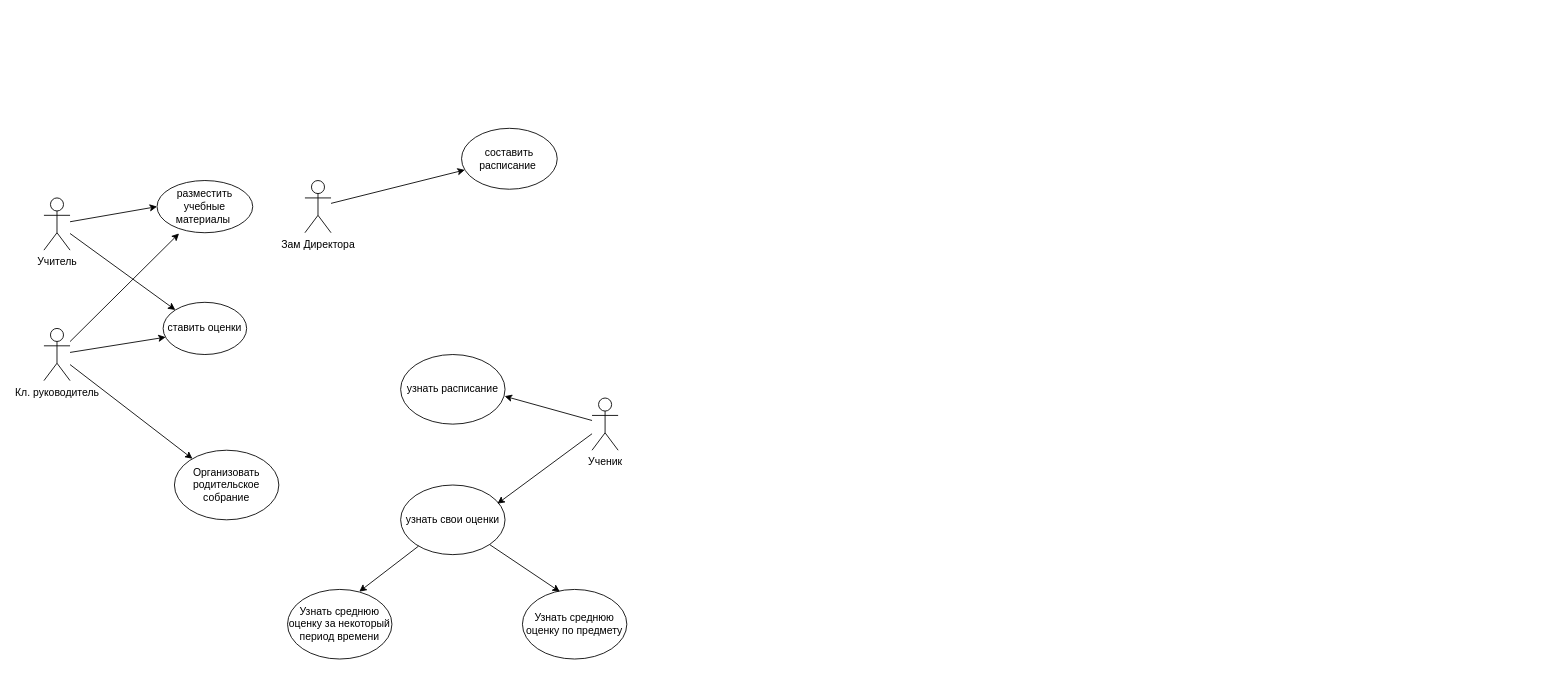
Earlier version of the draw.io diagram Диаграмма без названия.drawio (KhamchievAli06/dem-). Source tidied: cells renumbered, new cells numbered last; positions are measured from the earlier drawing's top-left corner, leaving out a move shared by most shapes. Both pictures are drawn from the tidied source at 87%, with x=0, y=0 at pixel (44, 128).
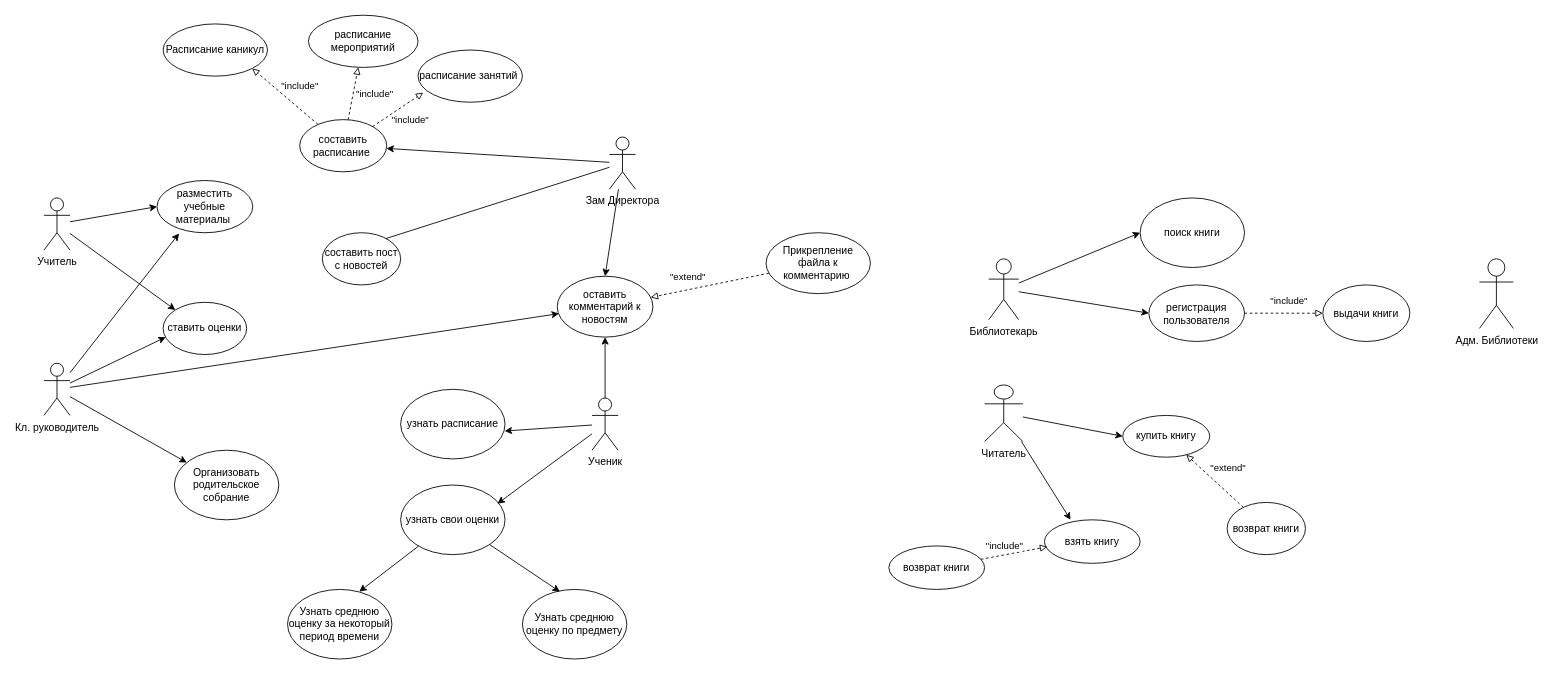
After the change.

Unchanged cells that the change refers to:
```xml
<mxCell id="8" value="Ученик" style="shape=umlActor;verticalLabelPosition=bottom;verticalAlign=top;html=1;outlineConnect=0;" parent="1" vertex="1">
  <mxGeometry x="630" y="310" width="30" height="60" as="geometry" />
</mxCell>
```

The edit, as a diff of the source:
```diff
@@
     <mxCell id="7" value="Кл. руководитель" style="shape=umlActor;verticalLabelPosition=bottom;verticalAlign=top;html=1;outlineConnect=0;" parent="1" vertex="1">
-      <mxGeometry y="230" width="30" height="60" as="geometry" />
+      <mxGeometry y="270" width="30" height="60" as="geometry" />
     </mxCell>
@@
     <mxCell id="9" value="узнать расписание" style="ellipse;whiteSpace=wrap;html=1;" parent="1" vertex="1">
-      <mxGeometry x="410" y="260" width="120" height="80" as="geometry" />
+      <mxGeometry x="410" y="300" width="120" height="80" as="geometry" />
     </mxCell>
@@
+    <mxCell id="24" style="edgeStyle=none;rounded=0;jettySize=auto;html=1;entryX=0;entryY=0.5;entryDx=0;entryDy=0;" parent="1" edge="1" source="14" target="32">
+      <mxGeometry relative="1" as="geometry" />
+    </mxCell>
+    <mxCell id="25" style="edgeStyle=none;rounded=0;jettySize=auto;html=1;entryX=0.5;entryY=0;entryDx=0;entryDy=0;" parent="1" edge="1" source="14" target="34">
+      <mxGeometry relative="1" as="geometry" />
+    </mxCell>
     <mxCell id="14" value="Зам Директора" style="shape=umlActor;verticalLabelPosition=bottom;verticalAlign=top;html=1;outlineConnect=0;" parent="1" vertex="1">
-      <mxGeometry x="300" y="60" width="30" height="60" as="geometry" />
+      <mxGeometry x="650" y="10" width="30" height="60" as="geometry" />
     </mxCell>
+    <mxCell id="26" style="edgeStyle=none;rounded=0;jettySize=auto;html=1;dashed=1;endArrow=block;endFill=0;" parent="1" edge="1" source="15" target="38">
+      <mxGeometry relative="1" as="geometry" />
+    </mxCell>
+    <mxCell id="27" style="edgeLabel;html=1;align=center;verticalAlign=middle;" parent="26" vertex="1">
+      <mxGeometry x="0.11" y="-1" relative="1" as="geometry" />
+    </mxCell>
+    <mxCell id="28" style="edgeLabel;html=1;align=center;verticalAlign=middle;" parent="26" vertex="1">
+      <mxGeometry x="-0.04" y="-4" relative="1" as="geometry" />
+    </mxCell>
+    <mxCell id="29" value="&quot;include&quot;" style="edgeLabel;html=1;align=center;verticalAlign=middle;" parent="26" vertex="1">
+      <mxGeometry x="-0.45" y="-2" relative="1" as="geometry">
+        <mxPoint x="25" y="-14" as="offset" />
+      </mxGeometry>
+    </mxCell>
+    <mxCell id="30" style="edgeStyle=none;rounded=0;jettySize=auto;html=1;entryX=1;entryY=1;entryDx=0;entryDy=0;dashed=1;endArrow=block;endFill=0;" parent="1" edge="1" source="15" target="41">
+      <mxGeometry relative="1" as="geometry" />
+    </mxCell>
+    <mxCell id="31" value="&quot;include&quot;" style="edgeLabel;html=1;align=center;verticalAlign=middle;" parent="30" vertex="1">
+      <mxGeometry y="-4" relative="1" as="geometry">
+        <mxPoint x="14" y="-10" as="offset" />
+      </mxGeometry>
+    </mxCell>
     <mxCell id="15" value="составить расписание&amp;nbsp;" style="ellipse;whiteSpace=wrap;html=1;" parent="1" vertex="1">
-      <mxGeometry x="480" width="110" height="70" as="geometry" />
+      <mxGeometry x="294" y="-10" width="100" height="60" as="geometry" />
     </mxCell>
@@
+    <mxCell id="32" value="составить пост с новостей" style="ellipse;whiteSpace=wrap;html=1;" parent="1" vertex="1">
+      <mxGeometry x="320" y="120" width="90" height="60" as="geometry" />
+    </mxCell>
+    <mxCell id="33" style="edgeStyle=none;rounded=0;jettySize=auto;html=1;" parent="1" edge="1" source="34">
+      <mxGeometry relative="1" as="geometry">
+        <mxPoint x="655" y="205" as="targetPoint" />
+      </mxGeometry>
+    </mxCell>
+    <mxCell id="34" value="оставить комментарий к новостям" style="ellipse;whiteSpace=wrap;html=1;" parent="1" vertex="1">
+      <mxGeometry x="590" y="170" width="110" height="70" as="geometry" />
+    </mxCell>
+    <mxCell id="35" style="edgeStyle=none;rounded=0;jettySize=auto;html=1;entryX=0.5;entryY=1;entryDx=0;entryDy=0;" parent="1" edge="1" source="8" target="34">
+      <mxGeometry relative="1" as="geometry" />
+    </mxCell>
+    <mxCell id="36" style="edgeStyle=none;rounded=0;jettySize=auto;html=1;entryX=0.018;entryY=0.614;entryDx=0;entryDy=0;entryPerimeter=0;" parent="1" edge="1" source="7" target="34">
+      <mxGeometry relative="1" as="geometry" />
+    </mxCell>
+    <mxCell id="37" value="расписание занятий&amp;nbsp;" style="ellipse;whiteSpace=wrap;html=1;" parent="1" vertex="1">
+      <mxGeometry x="430" y="-90" width="120" height="60" as="geometry" />
+    </mxCell>
+    <mxCell id="38" value="расписание мероприятий" style="ellipse;whiteSpace=wrap;html=1;" parent="1" vertex="1">
+      <mxGeometry x="304" y="-130" width="126" height="60" as="geometry" />
+    </mxCell>
+    <mxCell id="39" style="edgeStyle=none;rounded=0;jettySize=auto;html=1;entryX=0.05;entryY=0.817;entryDx=0;entryDy=0;entryPerimeter=0;dashed=1;endArrow=block;endFill=0;" parent="1" edge="1" source="15" target="37">
+      <mxGeometry relative="1" as="geometry" />
+    </mxCell>
+    <mxCell id="40" value="&quot;include&quot;" style="edgeLabel;html=1;align=center;verticalAlign=middle;" parent="39" vertex="1">
+      <mxGeometry x="0.16" y="-1" relative="1" as="geometry">
+        <mxPoint x="8" y="14" as="offset" />
+      </mxGeometry>
+    </mxCell>
+    <mxCell id="41" value="Расписание каникул" style="ellipse;whiteSpace=wrap;html=1;" parent="1" vertex="1">
+      <mxGeometry x="137" y="-120" width="120" height="60" as="geometry" />
+    </mxCell>
+    <mxCell id="42" style="edgeStyle=none;rounded=0;jettySize=auto;html=1;dashed=1;endArrow=block;endFill=0;" parent="1" edge="1" source="44" target="34">
+      <mxGeometry relative="1" as="geometry" />
+    </mxCell>
+    <mxCell id="43" value="&quot;extend&quot;" style="edgeLabel;html=1;align=center;verticalAlign=middle;" parent="42" vertex="1">
+      <mxGeometry x="-0.02" relative="1" as="geometry">
+        <mxPoint x="-27" y="-10" as="offset" />
+      </mxGeometry>
+    </mxCell>
+    <mxCell id="44" value="Прикрепление файла к комментарию&amp;nbsp;" style="ellipse;whiteSpace=wrap;html=1;" parent="1" vertex="1">
+      <mxGeometry x="830" y="120" width="120" height="70" as="geometry" />
+    </mxCell>
+    <mxCell id="45" style="edgeStyle=none;rounded=0;jettySize=auto;html=1;entryX=0;entryY=0.5;entryDx=0;entryDy=0;" parent="1" edge="1" source="46" target="57">
+      <mxGeometry relative="1" as="geometry" />
+    </mxCell>
+    <mxCell id="46" value="Читатель" style="shape=umlActor;verticalLabelPosition=bottom;verticalAlign=top;html=1;outlineConnect=0;" parent="1" vertex="1">
+      <mxGeometry x="1081.2" y="295" width="44" height="65" as="geometry" />
+    </mxCell>
+    <mxCell id="47" style="edgeStyle=none;rounded=0;jettySize=auto;html=1;entryX=0;entryY=0.5;entryDx=0;entryDy=0;" parent="1" edge="1" source="49" target="50">
+      <mxGeometry relative="1" as="geometry" />
+    </mxCell>
+    <mxCell id="48" style="edgeStyle=none;rounded=0;jettySize=auto;html=1;entryX=0;entryY=0.5;entryDx=0;entryDy=0;" parent="1" edge="1" source="49" target="56">
+      <mxGeometry relative="1" as="geometry" />
+    </mxCell>
+    <mxCell id="49" value="Библиотекарь" style="shape=umlActor;verticalLabelPosition=bottom;verticalAlign=top;html=1;outlineConnect=0;" parent="1" vertex="1">
+      <mxGeometry x="1086" y="150" width="34.5" height="70" as="geometry" />
+    </mxCell>
+    <mxCell id="50" value="поиск книги" style="ellipse;whiteSpace=wrap;html=1;" parent="1" vertex="1">
+      <mxGeometry x="1260" y="80" width="120" height="80" as="geometry" />
+    </mxCell>
+    <mxCell id="51" style="edgeStyle=none;rounded=0;jettySize=auto;html=1;dashed=1;endArrow=block;endFill=0;" parent="1" edge="1" source="53" target="57">
+      <mxGeometry relative="1" as="geometry" />
+    </mxCell>
+    <mxCell id="52" value="&quot;extend&quot;" style="edgeLabel;html=1;align=center;verticalAlign=middle;" parent="51" vertex="1">
+      <mxGeometry x="0.08" y="1" relative="1" as="geometry">
+        <mxPoint x="18" y="-14" as="offset" />
+      </mxGeometry>
+    </mxCell>
+    <mxCell id="53" value="возврат книги" style="ellipse;whiteSpace=wrap;html=1;" parent="1" vertex="1">
+      <mxGeometry x="1360" y="430" width="90" height="60" as="geometry" />
+    </mxCell>
+    <mxCell id="54" style="edgeStyle=none;rounded=0;jettySize=auto;html=1;dashed=1;endArrow=block;endFill=0;" parent="1" edge="1" source="56" target="59">
+      <mxGeometry relative="1" as="geometry" />
+    </mxCell>
+    <mxCell id="55" value="&quot;include&quot;" style="edgeLabel;html=1;align=center;verticalAlign=middle;" parent="54" vertex="1">
+      <mxGeometry x="0.12" relative="1" as="geometry">
+        <mxPoint y="-15" as="offset" />
+      </mxGeometry>
+    </mxCell>
+    <mxCell id="56" value="регистрация пользователя" style="ellipse;whiteSpace=wrap;html=1;" parent="1" vertex="1">
+      <mxGeometry x="1270" y="180" width="110" height="65" as="geometry" />
+    </mxCell>
+    <mxCell id="57" value="купить книгу" style="ellipse;whiteSpace=wrap;html=1;" parent="1" vertex="1">
+      <mxGeometry x="1240" y="330" width="100" height="48" as="geometry" />
+    </mxCell>
+    <mxCell id="58" value="Адм. Библиотеки" style="shape=umlActor;verticalLabelPosition=bottom;verticalAlign=top;html=1;" parent="1" vertex="1">
+      <mxGeometry x="1650" y="150" width="39" height="80" as="geometry" />
+    </mxCell>
+    <mxCell id="59" value="выдачи книги" style="ellipse;whiteSpace=wrap;html=1;" parent="1" vertex="1">
+      <mxGeometry x="1470" y="180" width="100" height="65" as="geometry" />
+    </mxCell>
+    <mxCell id="60" value="взять книгу" style="ellipse;whiteSpace=wrap;html=1;" parent="1" vertex="1">
+      <mxGeometry x="1150" y="450" width="110" height="50" as="geometry" />
+    </mxCell>
+    <mxCell id="61" style="edgeStyle=none;rounded=0;jettySize=auto;html=1;entryX=0.273;entryY=0;entryDx=0;entryDy=0;entryPerimeter=0;" parent="1" edge="1" source="46" target="60">
+      <mxGeometry relative="1" as="geometry" />
+    </mxCell>
+    <mxCell id="62" value="возврат книги" style="ellipse;whiteSpace=wrap;html=1;" parent="1" vertex="1">
+      <mxGeometry x="971.2" y="480" width="110" height="50" as="geometry" />
+    </mxCell>
+    <mxCell id="63" style="edgeStyle=none;rounded=0;jettySize=auto;html=1;entryX=0.03;entryY=0.62;entryDx=0;entryDy=0;entryPerimeter=0;dashed=1;endArrow=block;endFill=0;" parent="1" edge="1" source="62" target="60">
+      <mxGeometry relative="1" as="geometry" />
+    </mxCell>
+    <mxCell id="64" value="&quot;include&quot;" style="edgeLabel;html=1;align=center;verticalAlign=middle;" parent="63" vertex="1">
+      <mxGeometry x="-0.07" y="1" relative="1" as="geometry">
+        <mxPoint x="-9" y="-8" as="offset" />
+      </mxGeometry>
+    </mxCell>
```
